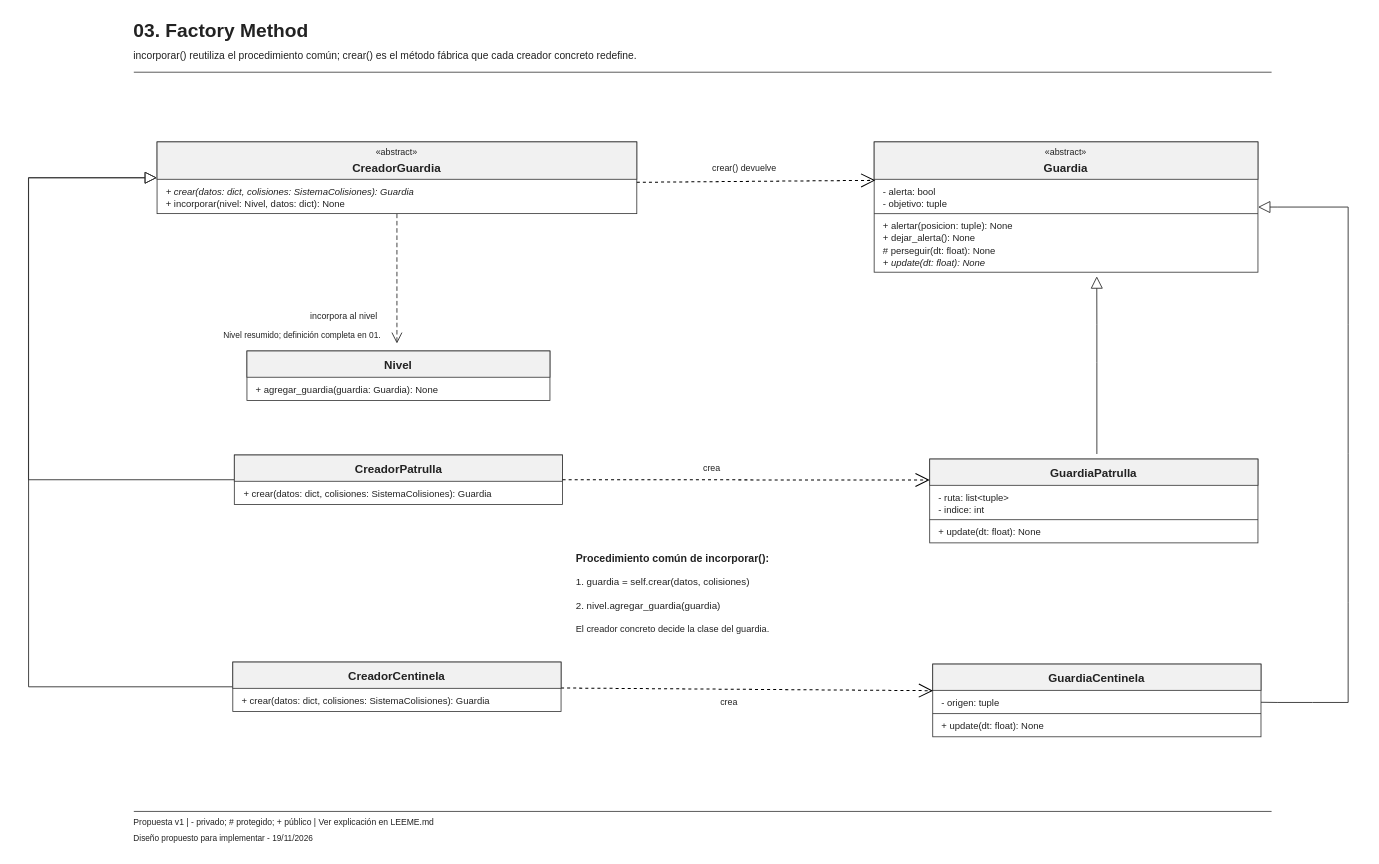
Above: diagramas_uml/drawio/03_factory_method.drawio in JhosFcL/FugaPrision (draw.io), before the change. Source tidied: cells renumbered, new cells numbered last; positions are measured from the earlier drawing's top-left corner, leaving out a move shared by most shapes. Both pictures are drawn from the tidied source at 101%, with x=0, y=0 at pixel (28, 17).
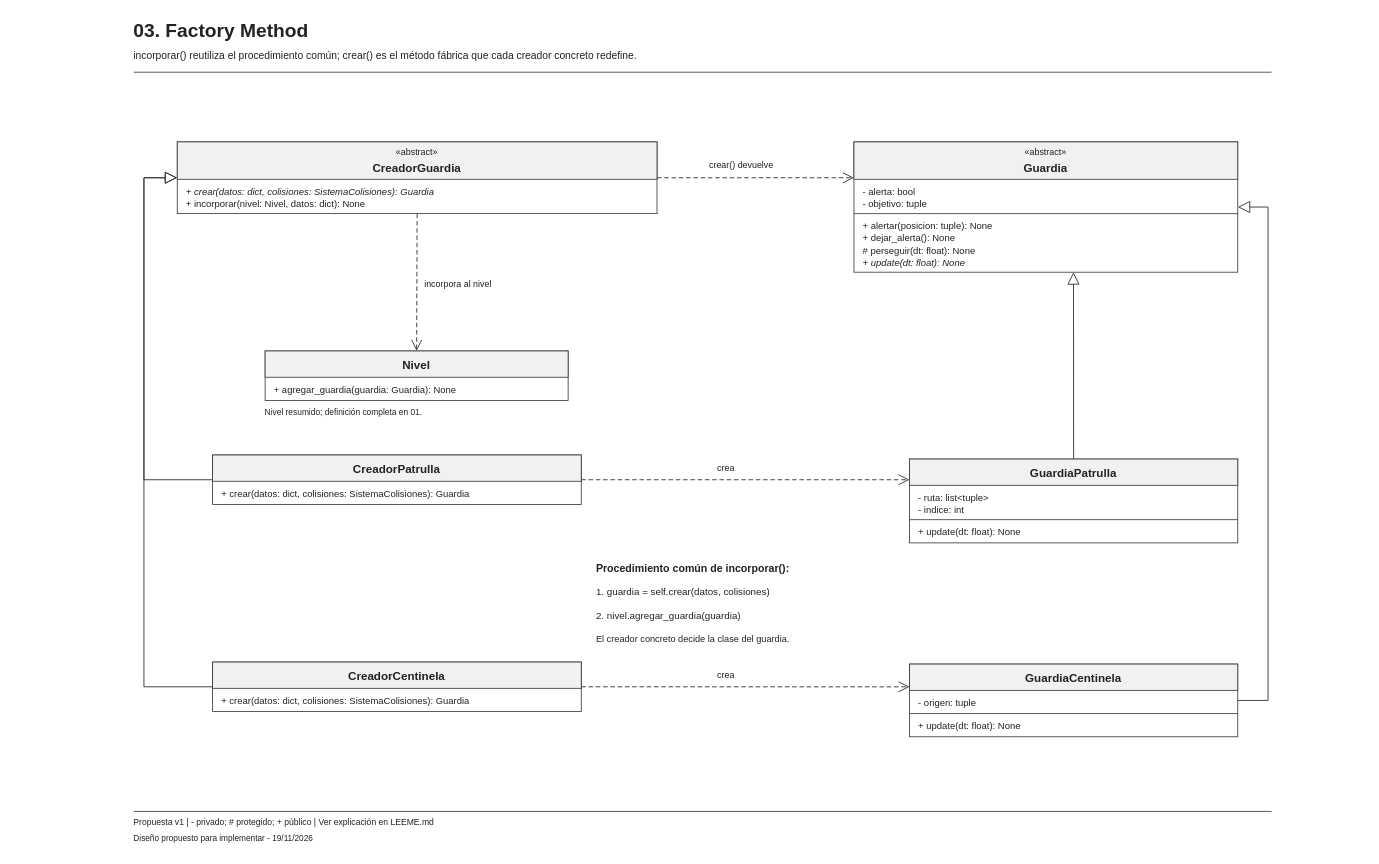
After the change.

What changed in the source:
```diff
@@
-    <mxCell id="2" style="edgeStyle=none;rounded=0;html=0;strokeColor=#333333;strokeWidth=0.9;startArrow=none;endArrow=none;jettySize=0;endArrow=block;endFill=0;endSize=10;exitX=0.00000000;exitY=0.50000000;exitDx=0;exitDy=0;exitPerimeter=0;entryX=0.00000000;entryY=0.50000000;entryDx=0;entryDy=0;entryPerimeter=0;" parent="1" edge="1" source="29" target="10">
-      <mxGeometry x="-0.17" relative="1" as="geometry">
+    <mxCell id="2" style="edgeStyle=none;rounded=0;html=0;strokeColor=#333333;strokeWidth=0.9;startArrow=none;endArrow=block;endFill=0;endSize=10;jettySize=0;exitX=0;exitY=0.5;exitDx=0;exitDy=0;entryX=0;entryY=0.5;entryDx=0;entryDy=0;" parent="1" edge="1" source="29" target="10">
+      <mxGeometry relative="1" as="geometry">
         <Array as="points">
-          <mxPoint x="-0.3" y="457.5" />
-          <mxPoint x="-0.3" y="303.5" />
-          <mxPoint x="-0.3" y="158.5" />
+          <mxPoint x="114" y="457.5" />
+          <mxPoint x="114" y="158.5" />
         </Array>
       </mxGeometry>
     </mxCell>
-    <mxCell id="3" style="edgeStyle=none;rounded=0;html=0;strokeColor=#333333;strokeWidth=0.9;startArrow=none;endArrow=none;jettySize=0;endArrow=block;endFill=0;endSize=10;exitX=0.00000000;exitY=0.50000000;exitDx=0;exitDy=0;exitPerimeter=0;entryX=0.00000000;entryY=0.50000000;entryDx=0;entryDy=0;entryPerimeter=0;" parent="1" edge="1" source="70" target="10">
-      <mxGeometry x="-0.1" relative="1" as="geometry">
+    <mxCell id="3" style="edgeStyle=none;rounded=0;html=0;strokeColor=#333333;strokeWidth=0.9;startArrow=none;endArrow=block;endFill=0;endSize=10;jettySize=0;exitX=0;exitY=0.5;exitDx=0;exitDy=0;entryX=0;entryY=0.5;entryDx=0;entryDy=0;" parent="1" edge="1" source="70" target="10">
+      <mxGeometry relative="1" as="geometry">
         <Array as="points">
-          <mxPoint x="-0.2" y="662.5" />
-          <mxPoint x="-0.2" y="384.3" />
-          <mxPoint x="-0.2" y="158.5" />
+          <mxPoint x="114" y="662.5" />
+          <mxPoint x="114" y="158.5" />
         </Array>
       </mxGeometry>
     </mxCell>
-    <mxCell id="4" style="edgeStyle=none;rounded=0;html=0;strokeColor=#333333;strokeWidth=0.9;startArrow=none;endArrow=none;jettySize=0;endArrow=block;endFill=0;endSize=10;exitX=0.50000000;exitY=0.00000000;exitDx=0;exitDy=0;exitPerimeter=0;entryX=0.58;entryY=1.031;entryDx=0;entryDy=0;entryPerimeter=0;" parent="1" edge="1" target="17">
-      <mxGeometry x="0.06" relative="1" as="geometry">
-        <mxPoint x="1057.5" y="432" as="sourcePoint" />
-        <Array as="points">
-          <mxPoint x="1057.5" y="341.5" />
-          <mxPoint x="1057.5" y="303.5" />
-        </Array>
-      </mxGeometry>
+    <mxCell id="4" style="edgeStyle=none;rounded=0;html=0;strokeColor=#333333;strokeWidth=0.9;startArrow=none;endArrow=block;endFill=0;endSize=10;jettySize=0;exitX=0.5;exitY=0;exitDx=0;exitDy=0;entryX=0.572;entryY=1;entryDx=0;entryDy=0;" parent="1" edge="1" source="34" target="17">
+      <mxGeometry relative="1" as="geometry" />
     </mxCell>
-    <mxCell id="5" style="edgeStyle=none;rounded=0;html=0;strokeColor=#333333;strokeWidth=0.9;startArrow=none;endArrow=none;jettySize=0;endArrow=block;endFill=0;endSize=10;entryX=1.00000000;entryY=0.50000000;entryDx=0;entryDy=0;entryPerimeter=0;" parent="1" edge="1" source="42" target="17">
-      <mxGeometry x="0.01" relative="1" as="geometry">
+    <mxCell id="5" style="edgeStyle=none;rounded=0;html=0;strokeColor=#333333;strokeWidth=0.9;startArrow=none;endArrow=block;endFill=0;endSize=10;jettySize=0;exitX=1;exitY=0.5;exitDx=0;exitDy=0;entryX=1;entryY=0.5;entryDx=0;entryDy=0;" parent="1" edge="1" source="42" target="17">
+      <mxGeometry relative="1" as="geometry">
         <Array as="points">
-          <mxPoint x="1236" y="678" />
-          <mxPoint x="1271" y="678" />
-          <mxPoint x="1306.3" y="678" />
-          <mxPoint x="1306.3" y="579.3" />
-          <mxPoint x="1306.3" y="431.8" />
-          <mxPoint x="1306.3" y="303.5" />
-          <mxPoint x="1306.3" y="187.5" />
-          <mxPoint x="1236" y="187.5" />
+          <mxPoint x="1227" y="676" />
+          <mxPoint x="1227" y="187.5" />
         </Array>
       </mxGeometry>
     </mxCell>
-    <mxCell id="6" style="edgeStyle=none;rounded=0;html=0;strokeColor=#333333;strokeWidth=0.9;startArrow=none;endArrow=none;jettySize=0;endArrow=open;endFill=0;endSize=9;dashed=1;dashPattern=5 3;exitX=0.50000000;exitY=1.00000000;exitDx=0;exitDy=0;exitPerimeter=0;" parent="1" edge="1" source="10">
-      <mxGeometry x="-0.01" relative="1" as="geometry">
-        <mxPoint x="364.5" y="322.7" as="targetPoint" />
-        <Array as="points">
-          <mxPoint x="364.5" y="306" />
-        </Array>
-      </mxGeometry>
+    <mxCell id="6" style="edgeStyle=none;rounded=0;html=0;strokeColor=#333333;strokeWidth=0.9;startArrow=none;endArrow=open;endFill=0;endSize=9;dashed=1;dashPattern=5 3;jettySize=0;exitX=0.5;exitY=1;exitDx=0;exitDy=0;entryX=0.5;entryY=0;entryDx=0;entryDy=0;" parent="1" edge="1" source="10" target="49">
+      <mxGeometry relative="1" as="geometry" />
     </mxCell>
@@
     <mxCell id="10" style="group;html=0;" parent="1" vertex="1">
-      <mxGeometry x="127" y="123" width="475" height="71" as="geometry" />
+      <mxGeometry x="147" y="123" width="475" height="71" as="geometry" />
     </mxCell>
@@
     <mxCell id="17" style="group;html=0;" parent="1" vertex="1">
-      <mxGeometry x="837" y="123" width="380" height="129" as="geometry" />
+      <mxGeometry x="817" y="123" width="380" height="129" as="geometry" />
     </mxCell>
@@
     <mxCell id="29" style="group;html=0;" parent="1" vertex="1">
-      <mxGeometry x="203.5" y="433" width="325" height="49" as="geometry" />
+      <mxGeometry x="182" y="433" width="365" height="49" as="geometry" />
     </mxCell>
     <mxCell id="30" style="shape=rectangle;fillColor=#ffffff;strokeColor=#333333;strokeWidth=0.8;" parent="29" vertex="1">
-      <mxGeometry width="325" height="49" as="geometry" />
+      <mxGeometry width="365" height="49" as="geometry" />
     </mxCell>
     <mxCell id="31" style="shape=rectangle;fillColor=#f1f1f1;strokeColor=#333333;strokeWidth=0.8;" parent="29" vertex="1">
-      <mxGeometry width="325" height="26" as="geometry" />
+      <mxGeometry width="365" height="26" as="geometry" />
     </mxCell>
     <mxCell id="32" value="CreadorPatrulla" style="text;html=0;whiteSpace=wrap;align=center;verticalAlign=middle;fontFamily=Arial;fontSize=11.5;fontStyle=1;strokeColor=none;fillColor=none;fontColor=#222222;spacing=0;" parent="29" vertex="1">
-      <mxGeometry y="2" width="325" height="23" as="geometry" />
+      <mxGeometry y="2" width="365" height="23" as="geometry" />
     </mxCell>
     <mxCell id="33" value="+ crear(datos: dict, colisiones: SistemaColisiones): Guardia" style="text;html=0;whiteSpace=wrap;align=left;verticalAlign=middle;fontFamily=Arial;fontSize=9.4;fontStyle=0;strokeColor=none;fillColor=none;fontColor=#222222;spacing=0;" parent="29" vertex="1">
-      <mxGeometry x="9" y="32" width="307" height="12" as="geometry" />
+      <mxGeometry x="9" y="32" width="347" height="12" as="geometry" />
     </mxCell>
     <mxCell id="34" style="group;html=0;" parent="1" vertex="1">
-      <mxGeometry x="892" y="437" width="325" height="83" as="geometry" />
+      <mxGeometry x="872" y="437" width="325" height="83" as="geometry" />
     </mxCell>
@@
     <mxCell id="42" style="group;html=0;" parent="1" vertex="1">
-      <mxGeometry x="895" y="640" width="325" height="72" as="geometry" />
+      <mxGeometry x="872" y="640" width="325" height="72" as="geometry" />
     </mxCell>
@@
     <mxCell id="49" style="group;html=0;" parent="1" vertex="1">
-      <mxGeometry x="216" y="330" width="300" height="49" as="geometry" />
+      <mxGeometry x="234" y="330" width="300" height="49" as="geometry" />
     </mxCell>
@@
     <mxCell id="54" value="Nivel resumido; definición completa en 01." style="text;html=0;whiteSpace=wrap;align=left;verticalAlign=middle;fontFamily=Arial;fontSize=8.3;fontStyle=0;strokeColor=none;fillColor=none;fontColor=#222222;spacing=0;" parent="1" vertex="1">
-      <mxGeometry x="193" y="307" width="164" height="16" as="geometry" />
+      <mxGeometry x="234" y="383" width="300" height="16" as="geometry" />
     </mxCell>
     <mxCell id="55" value="Procedimiento común de incorporar():" style="text;html=0;whiteSpace=wrap;align=left;verticalAlign=middle;fontFamily=Arial;fontSize=10.5;fontStyle=1;strokeColor=none;fillColor=none;fontColor=#222222;spacing=0;" parent="1" vertex="1">
-      <mxGeometry x="542" y="526" width="710.6" height="18.5" as="geometry" />
+      <mxGeometry x="562" y="536" width="300" height="18" as="geometry" />
     </mxCell>
     <mxCell id="56" value="1. guardia = self.crear(datos, colisiones)" style="text;html=0;whiteSpace=wrap;align=left;verticalAlign=middle;fontFamily=Arial;fontSize=9.7;fontStyle=0;strokeColor=none;fillColor=none;fontColor=#222222;spacing=0;" parent="1" vertex="1">
-      <mxGeometry x="542" y="549" width="710.6" height="17.7" as="geometry" />
+      <mxGeometry x="562" y="559" width="300" height="18" as="geometry" />
     </mxCell>
     <mxCell id="57" value="2. nivel.agregar_guardia(guardia)" style="text;html=0;whiteSpace=wrap;align=left;verticalAlign=middle;fontFamily=Arial;fontSize=9.7;fontStyle=0;strokeColor=none;fillColor=none;fontColor=#222222;spacing=0;" parent="1" vertex="1">
-      <mxGeometry x="542" y="573" width="710.6" height="17.7" as="geometry" />
+      <mxGeometry x="562" y="583" width="300" height="18" as="geometry" />
     </mxCell>
     <mxCell id="58" value="El creador concreto decide la clase del guardia." style="text;html=0;whiteSpace=wrap;align=left;verticalAlign=middle;fontFamily=Arial;fontSize=9.1;fontStyle=0;strokeColor=none;fillColor=none;fontColor=#222222;spacing=0;" parent="1" vertex="1">
-      <mxGeometry x="542" y="597" width="710.6" height="17.1" as="geometry" />
+      <mxGeometry x="562" y="607" width="300" height="18" as="geometry" />
     </mxCell>
     <mxCell id="59" value="crear() devuelve" style="text;html=0;whiteSpace=wrap;align=left;verticalAlign=middle;fontFamily=Arial;fontSize=8.8;fontStyle=0;strokeColor=none;fillColor=none;fontColor=#222222;spacing=0;fillColor=#ffffff;" parent="1" vertex="1">
-      <mxGeometry x="677" y="141.5" width="66" height="15" as="geometry" />
+      <mxGeometry x="674" y="138" width="90" height="15" as="geometry" />
     </mxCell>
     <mxCell id="60" value="incorpora al nivel" style="text;html=0;whiteSpace=wrap;align=left;verticalAlign=middle;fontFamily=Arial;fontSize=8.8;fontStyle=0;strokeColor=none;fillColor=none;fontColor=#222222;spacing=0;fillColor=#ffffff;" parent="1" vertex="1">
-      <mxGeometry x="279" y="288" width="70" height="15" as="geometry" />
+      <mxGeometry x="392" y="256" width="90" height="15" as="geometry" />
     </mxCell>
     <mxCell id="61" value="crea" style="text;html=0;whiteSpace=wrap;align=left;verticalAlign=middle;fontFamily=Arial;fontSize=8.8;fontStyle=0;strokeColor=none;fillColor=none;fontColor=#222222;spacing=0;fillColor=#ffffff;" parent="1" vertex="1">
-      <mxGeometry x="668" y="438.5" width="54" height="15" as="geometry" />
+      <mxGeometry x="682" y="438" width="36" height="15" as="geometry" />
     </mxCell>
     <mxCell id="62" value="crea" style="text;html=0;whiteSpace=wrap;align=left;verticalAlign=middle;fontFamily=Arial;fontSize=8.8;fontStyle=0;strokeColor=none;fillColor=none;fontColor=#222222;spacing=0;fillColor=#ffffff;" parent="1" vertex="1">
-      <mxGeometry x="684.5" y="670.5" width="21" height="15" as="geometry" />
+      <mxGeometry x="682" y="643" width="36" height="15" as="geometry" />
     </mxCell>
@@
-    <mxCell id="66" style="endArrow=open;endSize=12;dashed=1;html=1;rounded=0;defaultLabelBackgroundColor=page;labelPadding=0 4;entryX=0.003;entryY=0.295;entryDx=0;entryDy=0;entryPerimeter=0;" parent="1" edge="1" target="17">
-      <mxGeometry relative="1" as="geometry">
-        <mxPoint x="602" y="163" as="sourcePoint" />
-      </mxGeometry>
+    <mxCell id="66" style="edgeStyle=none;rounded=0;html=0;strokeColor=#333333;strokeWidth=0.9;startArrow=none;endArrow=open;endFill=0;endSize=9;dashed=1;dashPattern=5 3;jettySize=0;exitX=1;exitY=0.5;exitDx=0;exitDy=0;entryX=0;entryY=0.275;entryDx=0;entryDy=0;" parent="1" edge="1" source="10" target="17">
+      <mxGeometry relative="1" as="geometry" />
     </mxCell>
-    <mxCell id="67" style="endArrow=open;endSize=12;dashed=1;html=1;rounded=0;defaultLabelBackgroundColor=page;labelPadding=0 4;entryX=0;entryY=0.25;entryDx=0;entryDy=0;exitX=1;exitY=0.5;exitDx=0;exitDy=0;" parent="1" edge="1" source="29" target="34">
+    <mxCell id="67" style="edgeStyle=none;rounded=0;html=0;strokeColor=#333333;strokeWidth=0.9;startArrow=none;endArrow=open;endFill=0;endSize=9;dashed=1;dashPattern=5 3;jettySize=0;exitX=1;exitY=0.5;exitDx=0;exitDy=0;entryX=0;entryY=0.247;entryDx=0;entryDy=0;" parent="1" edge="1" source="29" target="34">
       <mxGeometry relative="1" as="geometry" />
     </mxCell>
-    <mxCell id="68" style="endArrow=open;endSize=12;dashed=1;html=1;rounded=0;defaultLabelBackgroundColor=page;labelPadding=0 4;entryX=0.001;entryY=0.366;entryDx=0;entryDy=0;entryPerimeter=0;" parent="1" edge="1" source="70" target="42">
+    <mxCell id="68" style="edgeStyle=none;rounded=0;html=0;strokeColor=#333333;strokeWidth=0.9;startArrow=none;endArrow=open;endFill=0;endSize=9;dashed=1;dashPattern=5 3;jettySize=0;exitX=1;exitY=0.5;exitDx=0;exitDy=0;entryX=0;entryY=0.313;entryDx=0;entryDy=0;" parent="1" edge="1" source="70" target="42">
       <mxGeometry relative="1" as="geometry" />
     </mxCell>
-    <mxCell id="69" style="endArrow=open;endSize=12;dashed=1;html=1;rounded=0;defaultLabelBackgroundColor=page;labelPadding=0 4;entryX=0.001;entryY=0.366;entryDx=0;entryDy=0;entryPerimeter=0;" parent="1" edge="1" target="70">
-      <mxGeometry relative="1" as="geometry">
-        <mxPoint x="452" y="664" as="sourcePoint" />
-      </mxGeometry>
-    </mxCell>
     <mxCell id="70" style="group;html=0;" parent="1" vertex="1">
-      <mxGeometry x="202" y="638" width="325" height="49" as="geometry" />
+      <mxGeometry x="182" y="638" width="365" height="49" as="geometry" />
     </mxCell>
     <mxCell id="71" style="shape=rectangle;fillColor=#ffffff;strokeColor=#333333;strokeWidth=0.8;" parent="70" vertex="1">
-      <mxGeometry width="325" height="49" as="geometry" />
+      <mxGeometry width="365" height="49" as="geometry" />
     </mxCell>
     <mxCell id="72" style="shape=rectangle;fillColor=#f1f1f1;strokeColor=#333333;strokeWidth=0.8;" parent="70" vertex="1">
-      <mxGeometry width="325" height="26" as="geometry" />
+      <mxGeometry width="365" height="26" as="geometry" />
     </mxCell>
     <mxCell id="73" value="CreadorCentinela" style="text;html=0;whiteSpace=wrap;align=center;verticalAlign=middle;fontFamily=Arial;fontSize=11.5;fontStyle=1;strokeColor=none;fillColor=none;fontColor=#222222;spacing=0;" parent="70" vertex="1">
-      <mxGeometry y="2" width="325" height="23" as="geometry" />
+      <mxGeometry y="2" width="365" height="23" as="geometry" />
     </mxCell>
     <mxCell id="74" value="+ crear(datos: dict, colisiones: SistemaColisiones): Guardia" style="text;html=0;whiteSpace=wrap;align=left;verticalAlign=middle;fontFamily=Arial;fontSize=9.4;fontStyle=0;strokeColor=none;fillColor=none;fontColor=#222222;spacing=0;" parent="70" vertex="1">
-      <mxGeometry x="9" y="32" width="307" height="12" as="geometry" />
+      <mxGeometry x="9" y="32" width="347" height="12" as="geometry" />
     </mxCell>
```
